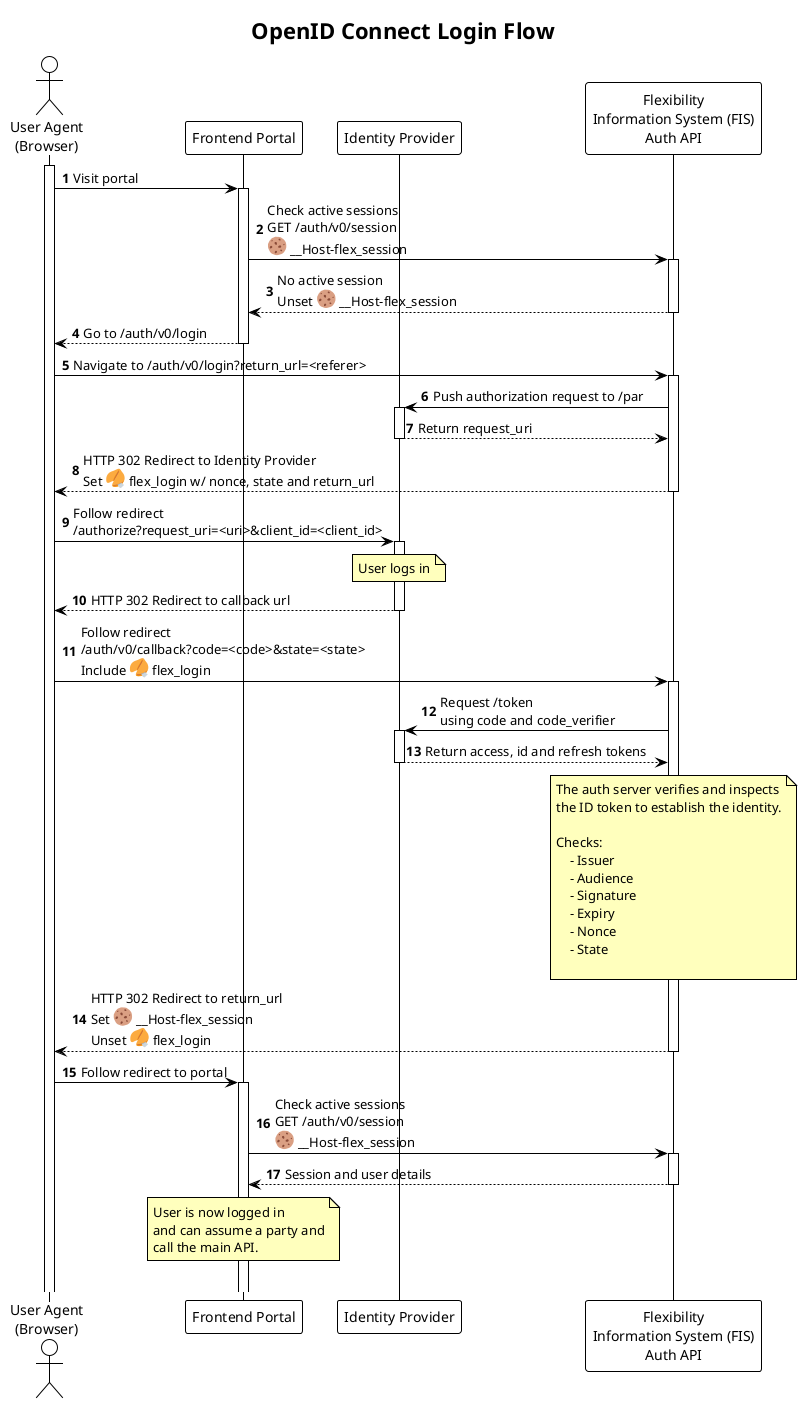
This is docs-dev/diagrams/oidc_login_sequence.png from elhub/flex-information-system, a PlantUML export, as it was before one commit.
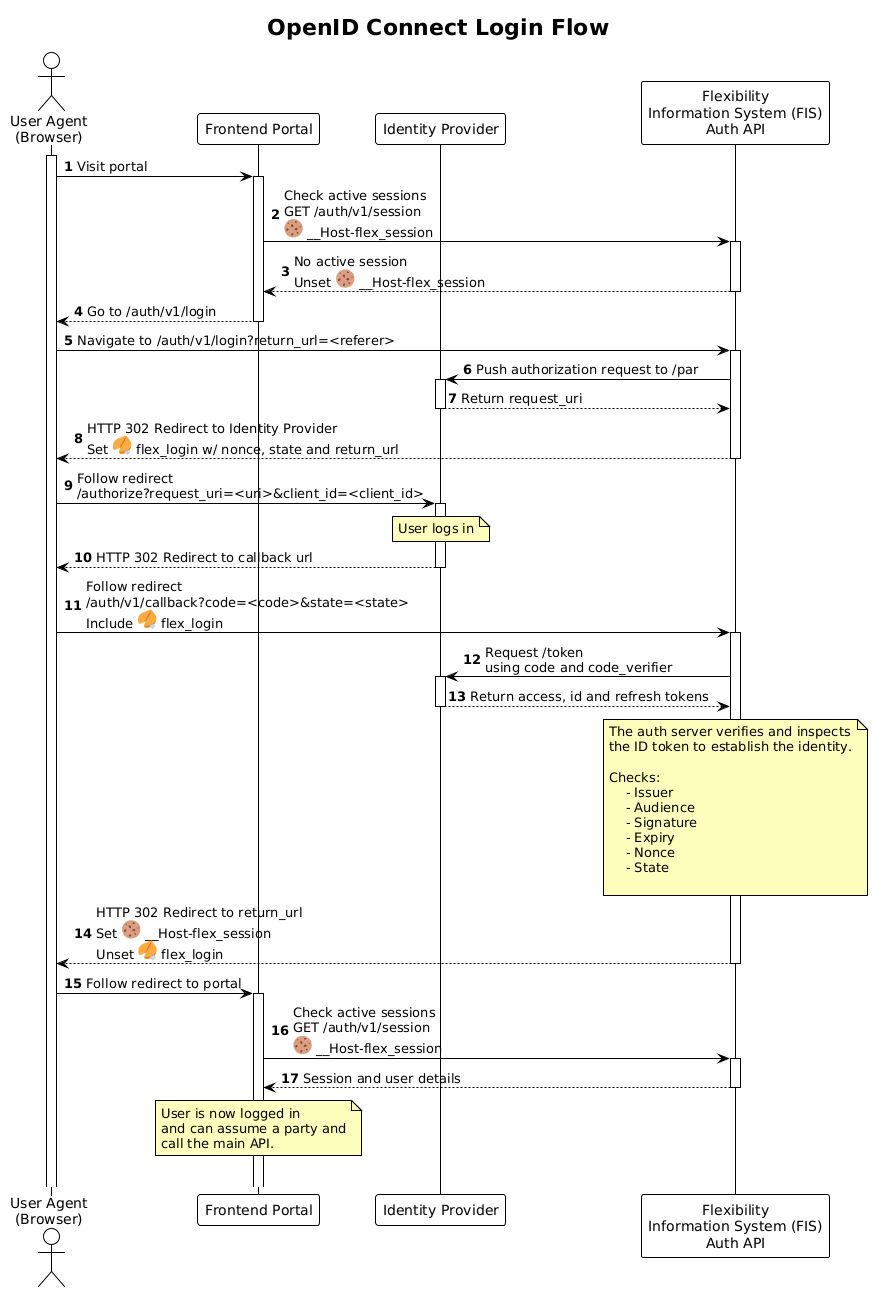
Above is the later version.

Commit message:
fix: Regenerate png for plantuml files affected with version change (FLEX-1168)

The edit, as a diff of the source:
```diff
@@ -18,11 +18,11 @@
 participant "Flexibility\nInformation System (FIS)\nAuth API" as AUTH
 
 UA -> PORTAL: Visit portal
-PORTAL -> AUTH: Check active sessions\nGET /auth/v0/session\n<:cookie:> __Host-flex_session
+PORTAL -> AUTH: Check active sessions\nGET /auth/v1/session\n<:cookie:> __Host-flex_session
 return No active session\nUnset <:cookie:> __Host-flex_session
-return Go to /auth/v0/login
+return Go to /auth/v1/login
 
-UA -> AUTH: Navigate to /auth/v0/login?return_url=<referer>
+UA -> AUTH: Navigate to /auth/v1/login?return_url=<referer>
 AUTH -> IDP: Push authorization request to /par
 return Return request_uri
 return HTTP 302 Redirect to Identity Provider\nSet <:fortune_cookie:> flex_login w/ nonce, state and return_url
@@ -33,7 +33,7 @@
 end note
 return HTTP 302 Redirect to callback url
 
-UA -> AUTH: Follow redirect\n/auth/v0/callback?code=<code>&state=<state>\nInclude <:fortune_cookie:> flex_login
+UA -> AUTH: Follow redirect\n/auth/v1/callback?code=<code>&state=<state>\nInclude <:fortune_cookie:> flex_login
 AUTH -> IDP: Request /token\nusing code and code_verifier
 return Return access, id and refresh tokens
 note over AUTH
@@ -53,7 +53,7 @@
 return HTTP 302 Redirect to return_url\nSet <:cookie:> __Host-flex_session\nUnset <:fortune_cookie:> flex_login
 
 UA -> PORTAL: Follow redirect to portal
-PORTAL -> AUTH: Check active sessions\nGET /auth/v0/session\n<:cookie:> __Host-flex_session
+PORTAL -> AUTH: Check active sessions\nGET /auth/v1/session\n<:cookie:> __Host-flex_session
 return Session and user details
 
 note over PORTAL
```
